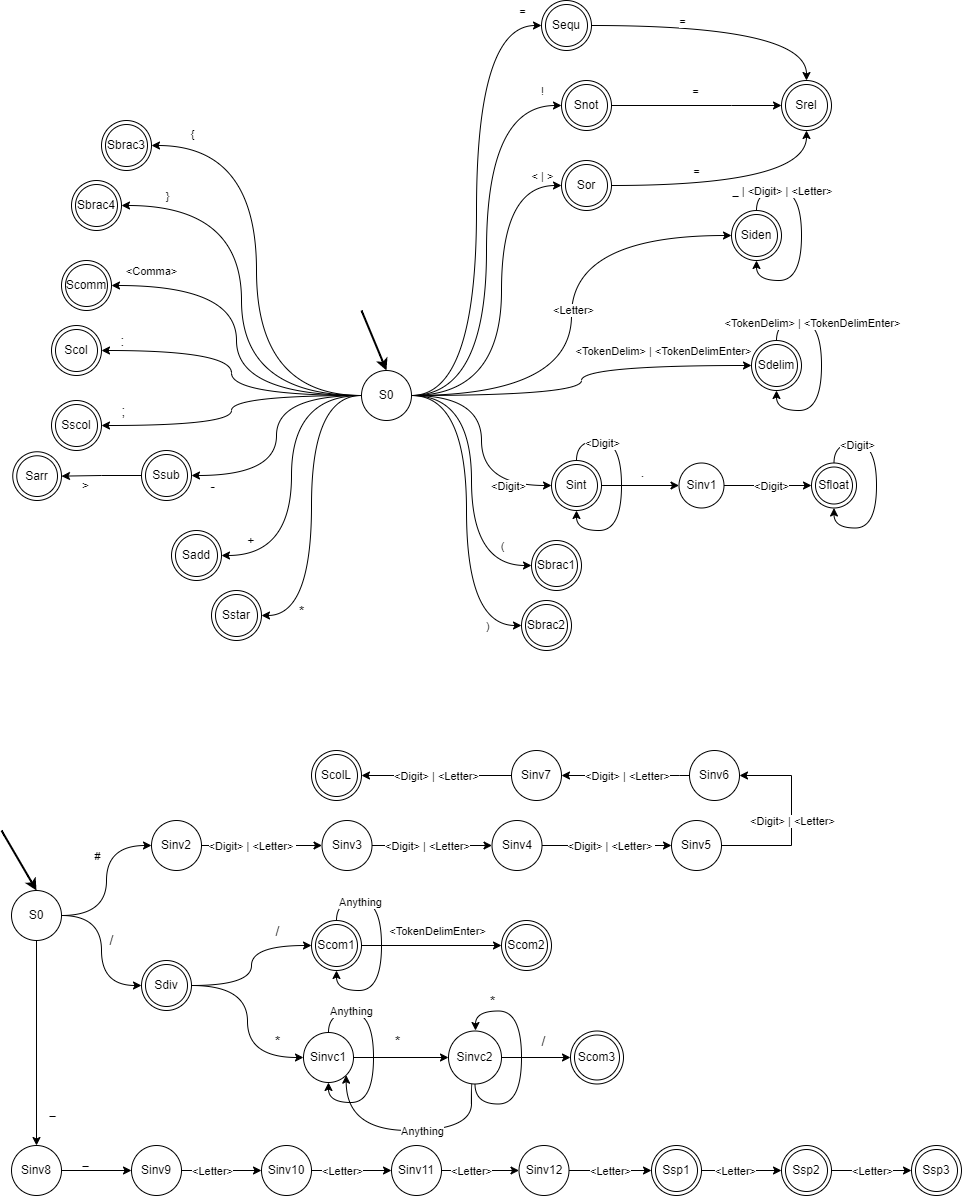
Above: TransTableDiagram.drawio.png in mbar0075/Compiler-Theory-and-Practice (draw.io), before the change. Source tidied: cells renumbered, new cells last; positions are measured from the earlier drawing's top-left corner, leaving out a move shared by most shapes.
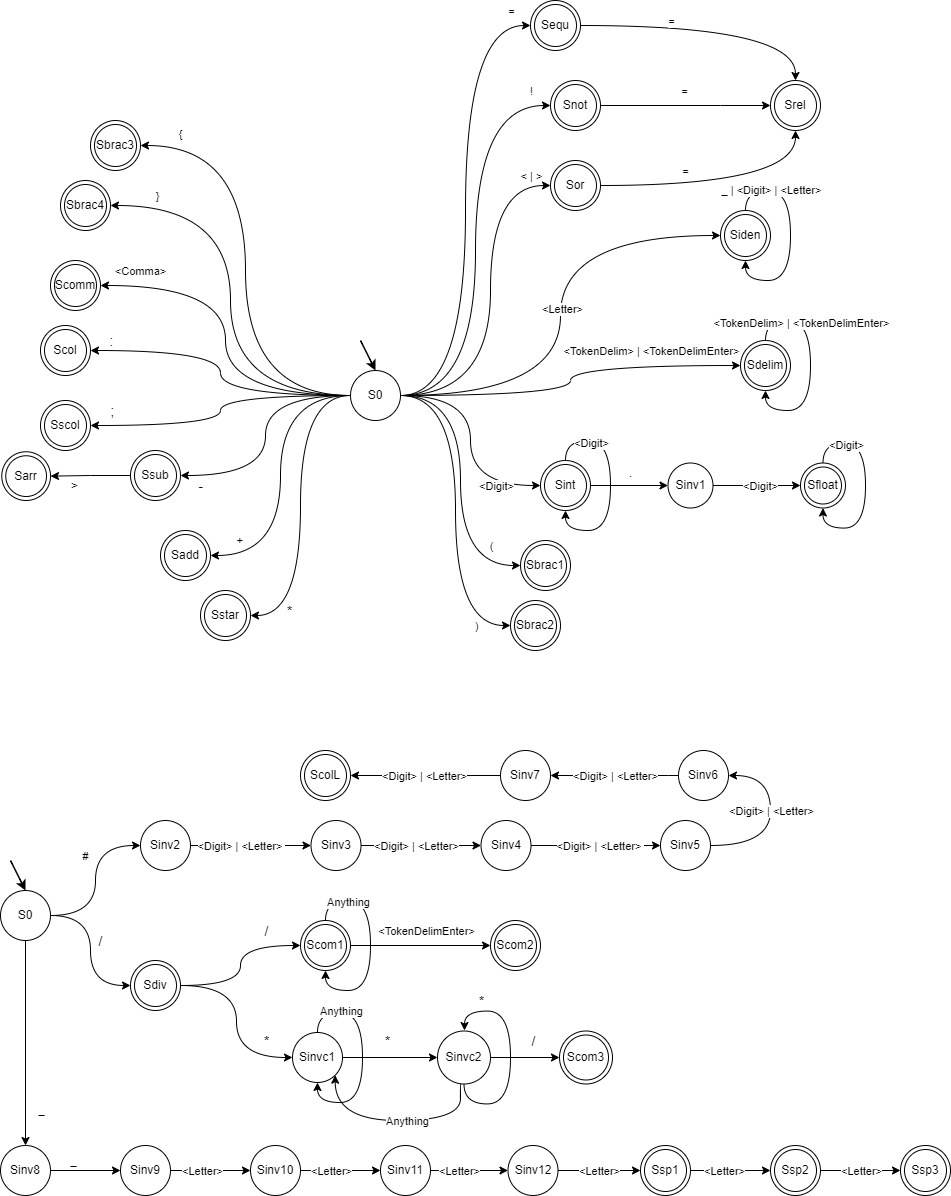
Later version of the same file.

The edit, as a diff of the source:
```diff
@@ -334,17 +334,17 @@
         <mxPoint x="20" y="-3" as="offset" />
       </mxGeometry>
     </mxCell>
-    <mxCell id="88" style="edgeStyle=orthogonalEdgeStyle;rounded=0;jettySize=auto;html=1;exitX=1;exitY=0.5;exitDx=0;exitDy=0;entryX=1;entryY=0.5;entryDx=0;entryDy=0;" parent="1" edge="1" source="95" target="96">
+    <mxCell id="88" style="edgeStyle=orthogonalEdgeStyle;rounded=0;jettySize=auto;html=1;exitX=1;exitY=0.5;exitDx=0;exitDy=0;entryX=1;entryY=0.5;entryDx=0;entryDy=0;curved=1;" parent="1" edge="1" source="95" target="96">
       <mxGeometry relative="1" as="geometry">
         <Array as="points">
-          <mxPoint x="790" y="845" />
-          <mxPoint x="790" y="775" />
+          <mxPoint x="780" y="845" />
+          <mxPoint x="780" y="775" />
         </Array>
       </mxGeometry>
     </mxCell>
     <mxCell id="89" value="&amp;lt;Digit&amp;gt; | &amp;lt;Letter&amp;gt;" style="edgeLabel;html=1;align=center;verticalAlign=middle;" parent="88" vertex="1">
       <mxGeometry x="-0.31" y="-1" relative="1" as="geometry">
-        <mxPoint x="4" y="-26" as="offset" />
+        <mxPoint x="-1" y="-35" as="offset" />
       </mxGeometry>
     </mxCell>
     <mxCell id="90" style="edgeStyle=orthogonalEdgeStyle;rounded=0;jettySize=auto;html=1;exitX=0;exitY=0.5;exitDx=0;exitDy=0;entryX=1;entryY=0.5;entryDx=0;entryDy=0;" parent="1" edge="1" source="96" target="99">
@@ -447,8 +447,8 @@
         <Array as="points">
           <mxPoint x="474" y="1076" />
           <mxPoint x="470" y="1076" />
-          <mxPoint x="470" y="1130" />
-          <mxPoint x="345" y="1130" />
+          <mxPoint x="470" y="1120" />
+          <mxPoint x="345" y="1120" />
         </Array>
       </mxGeometry>
     </mxCell>
@@ -567,14 +567,14 @@
     <mxCell id="146" value="S0" style="ellipse;whiteSpace=wrap;html=1;" parent="1" vertex="1">
       <mxGeometry x="10" y="890" width="50" height="50" as="geometry" />
     </mxCell>
-    <mxCell id="147" style="endArrow=classic;html=1;rounded=0;fontSize=14;curved=1;entryX=0.5;entryY=0;entryDx=0;entryDy=0;strokeWidth=2;" parent="1" edge="1" target="40">
+    <mxCell id="147" style="endArrow=classic;html=1;rounded=0;fontSize=14;curved=1;entryX=0.5;entryY=0;entryDx=0;entryDy=0;strokeWidth=1.5;" parent="1" edge="1" target="40">
       <mxGeometry relative="1" as="geometry">
-        <mxPoint x="360" y="310" as="sourcePoint" />
+        <mxPoint x="370" y="340" as="sourcePoint" />
       </mxGeometry>
     </mxCell>
-    <mxCell id="148" style="endArrow=classic;html=1;rounded=0;fontSize=14;curved=1;entryX=0.5;entryY=0;entryDx=0;entryDy=0;strokeWidth=2;" parent="1" edge="1" target="146">
+    <mxCell id="148" style="endArrow=classic;html=1;rounded=0;fontSize=14;curved=1;entryX=0.5;entryY=0;entryDx=0;entryDy=0;strokeWidth=1.5;" parent="1" edge="1" target="146">
       <mxGeometry x="1" y="-97" relative="1" as="geometry">
-        <mxPoint y="830" as="sourcePoint" />
+        <mxPoint x="20" y="860" as="sourcePoint" />
         <mxPoint x="62" y="56" as="offset" />
       </mxGeometry>
     </mxCell>
```
